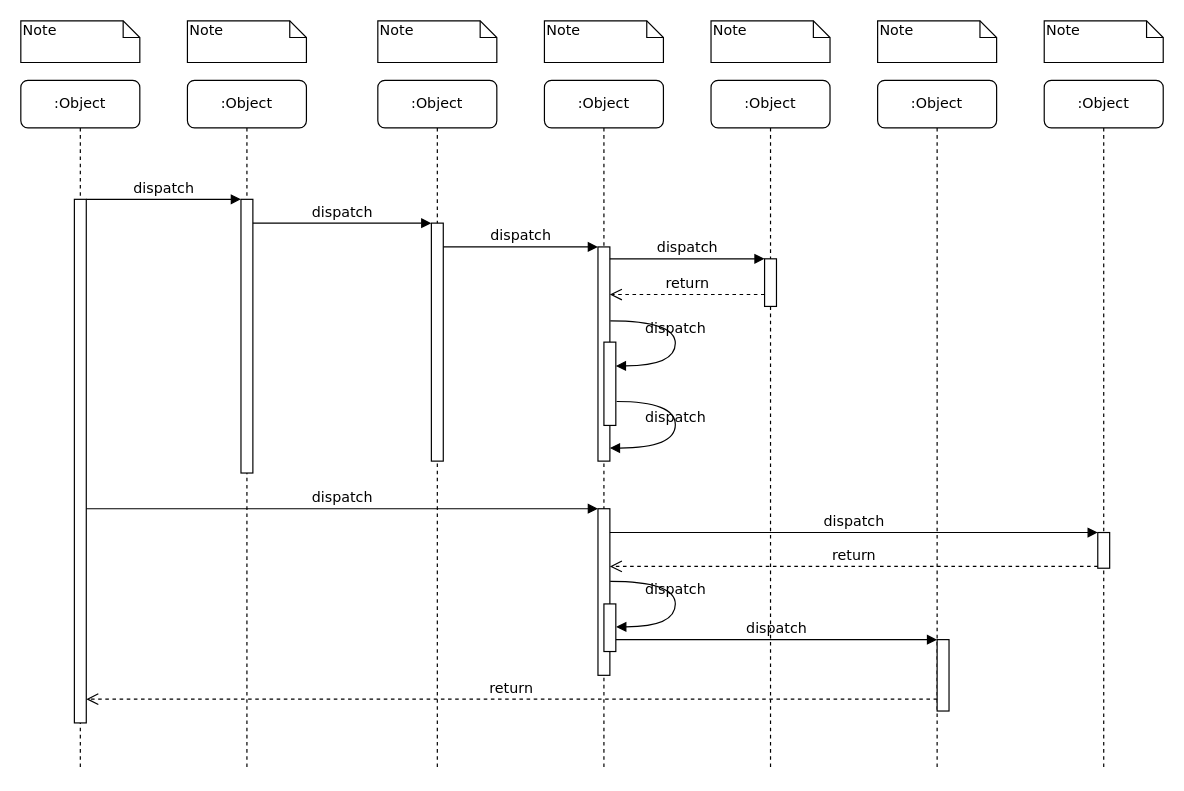
huangPeiLc/drawio keeps this draw.io diagram as 录制信息更新操作.drawio. Above is the earlier version. Source tidied: cells renumbered, new cells numbered last; positions are measured from the earlier drawing's top-left corner, leaving out a move shared by most shapes. Both pictures are drawn from the tidied source at 119%, with x=0, y=0 at pixel (20, 20).
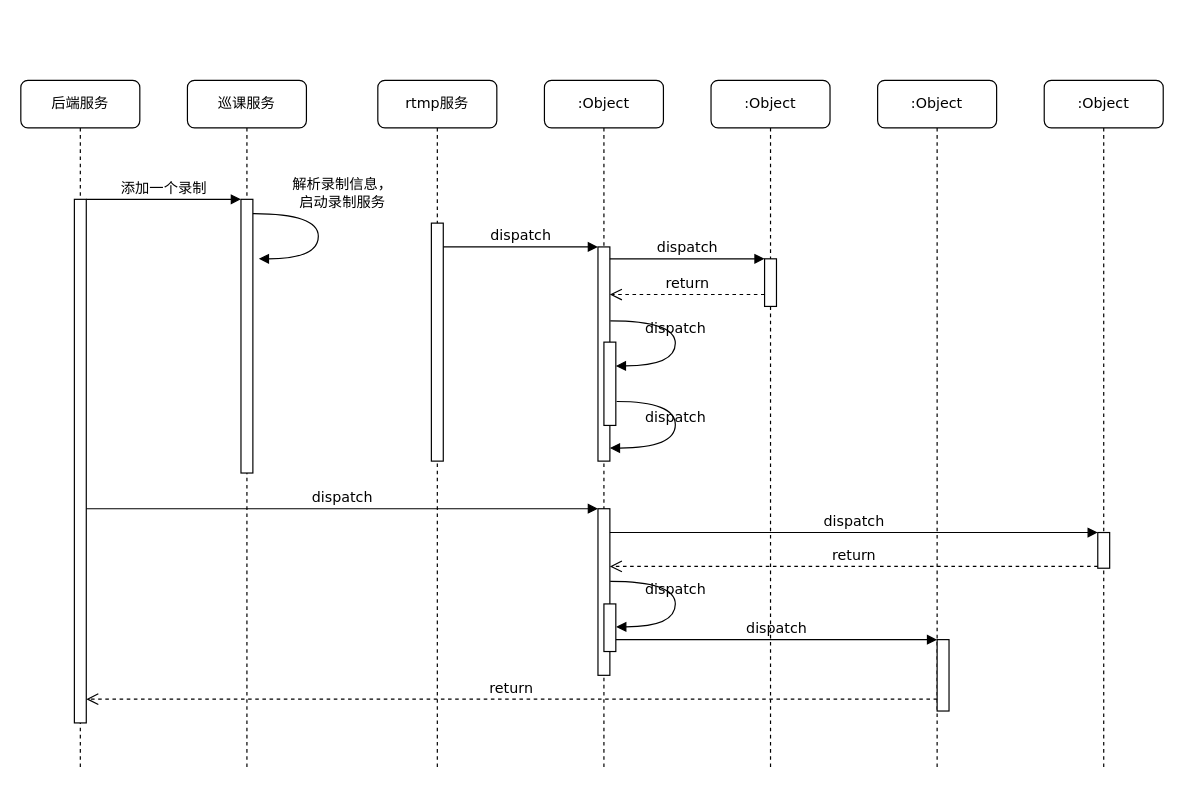
After the change.

Commit message (it also covers changes not shown here):
Update 录制信息更新操作.drawio

Unchanged cells that the change refers to:
```xml
<mxCell id="3" style="html=1;points=[];perimeter=orthogonalPerimeter;rounded=0;shadow=0;comic=0;labelBackgroundColor=none;strokeColor=#000000;strokeWidth=1;fillColor=#FFFFFF;fontFamily=Verdana;fontSize=12;fontColor=#000000;align=center;" parent="2" vertex="1">
  <mxGeometry x="45" y="100" width="10" height="230" as="geometry" />
</mxCell>
<mxCell id="5" style="html=1;points=[];perimeter=orthogonalPerimeter;rounded=0;shadow=0;comic=0;labelBackgroundColor=none;strokeColor=#000000;strokeWidth=1;fillColor=#FFFFFF;fontFamily=Verdana;fontSize=12;fontColor=#000000;align=center;" parent="4" vertex="1">
  <mxGeometry x="45" y="120" width="10" height="200" as="geometry" />
</mxCell>
<mxCell id="11" style="html=1;points=[];perimeter=orthogonalPerimeter;rounded=0;shadow=0;comic=0;labelBackgroundColor=none;strokeColor=#000000;strokeWidth=1;fillColor=#FFFFFF;fontFamily=Verdana;fontSize=12;fontColor=#000000;align=center;" parent="10" vertex="1">
  <mxGeometry x="45" y="100" width="10" height="440" as="geometry" />
</mxCell>
```

Change to the diagram source:
```diff
@@
-    <mxCell id="2" value=":Object" style="shape=umlLifeline;perimeter=lifelinePerimeter;whiteSpace=wrap;html=1;rounded=1;shadow=0;comic=0;labelBackgroundColor=none;strokeColor=#000000;strokeWidth=1;fillColor=#FFFFFF;fontFamily=Verdana;fontSize=12;fontColor=#000000;align=center;" parent="1" vertex="1">
+    <mxCell id="2" value="巡课服务" style="shape=umlLifeline;perimeter=lifelinePerimeter;whiteSpace=wrap;html=1;rounded=1;shadow=0;comic=0;labelBackgroundColor=none;strokeColor=#000000;strokeWidth=1;fillColor=#FFFFFF;fontFamily=Verdana;fontSize=12;fontColor=#000000;align=center;" parent="1" vertex="1">
       <mxGeometry x="140" y="50" width="100" height="580" as="geometry" />
     </mxCell>
@@
-    <mxCell id="4" value=":Object" style="shape=umlLifeline;perimeter=lifelinePerimeter;whiteSpace=wrap;html=1;rounded=1;shadow=0;comic=0;labelBackgroundColor=none;strokeColor=#000000;strokeWidth=1;fillColor=#FFFFFF;fontFamily=Verdana;fontSize=12;fontColor=#000000;align=center;" parent="1" vertex="1">
+    <mxCell id="4" value="rtmp服务" style="shape=umlLifeline;perimeter=lifelinePerimeter;whiteSpace=wrap;html=1;rounded=1;shadow=0;comic=0;labelBackgroundColor=none;strokeColor=#000000;strokeWidth=1;fillColor=#FFFFFF;fontFamily=Verdana;fontSize=12;fontColor=#000000;align=center;" parent="1" vertex="1">
       <mxGeometry x="300" y="50" width="100" height="580" as="geometry" />
     </mxCell>
@@
-    <mxCell id="10" value=":Object" style="shape=umlLifeline;perimeter=lifelinePerimeter;whiteSpace=wrap;html=1;rounded=1;shadow=0;comic=0;labelBackgroundColor=none;strokeColor=#000000;strokeWidth=1;fillColor=#FFFFFF;fontFamily=Verdana;fontSize=12;fontColor=#000000;align=center;" parent="1" vertex="1">
+    <mxCell id="10" value="后端服务" style="shape=umlLifeline;perimeter=lifelinePerimeter;whiteSpace=wrap;html=1;rounded=1;shadow=0;comic=0;labelBackgroundColor=none;strokeColor=#000000;strokeWidth=1;fillColor=#FFFFFF;fontFamily=Verdana;fontSize=12;fontColor=#000000;align=center;" parent="1" vertex="1">
       <mxGeometry y="50" width="100" height="580" as="geometry" />
     </mxCell>
@@
-    <mxCell id="25" value="dispatch" style="html=1;verticalAlign=bottom;endArrow=block;entryX=0;entryY=0;labelBackgroundColor=none;fontFamily=Verdana;fontSize=12;edgeStyle=elbowEdgeStyle;elbow=vertical;" parent="1" edge="1" source="11" target="3">
+    <mxCell id="25" value="添加一个录制" style="html=1;verticalAlign=bottom;endArrow=block;entryX=0;entryY=0;labelBackgroundColor=none;fontFamily=Verdana;fontSize=12;edgeStyle=elbowEdgeStyle;elbow=vertical;" parent="1" edge="1" source="11" target="3">
       <mxGeometry relative="1" as="geometry" />
     </mxCell>
-    <mxCell id="26" value="dispatch" style="html=1;verticalAlign=bottom;endArrow=block;entryX=0;entryY=0;labelBackgroundColor=none;fontFamily=Verdana;fontSize=12;edgeStyle=elbowEdgeStyle;elbow=vertical;" parent="1" edge="1" source="3" target="5">
-      <mxGeometry relative="1" as="geometry" />
-    </mxCell>
@@
-    <mxCell id="32" value="Note" style="shape=note;whiteSpace=wrap;html=1;size=14;verticalAlign=top;align=left;spacingTop=-6;rounded=0;shadow=0;comic=0;labelBackgroundColor=none;strokeColor=#000000;strokeWidth=1;fillColor=#FFFFFF;fontFamily=Verdana;fontSize=12;fontColor=#000000;" parent="1" vertex="1">
-      <mxGeometry width="100" height="35" as="geometry" />
-    </mxCell>
-    <mxCell id="33" value="Note" style="shape=note;whiteSpace=wrap;html=1;size=14;verticalAlign=top;align=left;spacingTop=-6;rounded=0;shadow=0;comic=0;labelBackgroundColor=none;strokeColor=#000000;strokeWidth=1;fillColor=#FFFFFF;fontFamily=Verdana;fontSize=12;fontColor=#000000;" parent="1" vertex="1">
-      <mxGeometry x="140" width="100" height="35" as="geometry" />
-    </mxCell>
-    <mxCell id="34" value="Note" style="shape=note;whiteSpace=wrap;html=1;size=14;verticalAlign=top;align=left;spacingTop=-6;rounded=0;shadow=0;comic=0;labelBackgroundColor=none;strokeColor=#000000;strokeWidth=1;fillColor=#FFFFFF;fontFamily=Verdana;fontSize=12;fontColor=#000000;" parent="1" vertex="1">
-      <mxGeometry x="300" width="100" height="35" as="geometry" />
-    </mxCell>
-    <mxCell id="35" value="Note" style="shape=note;whiteSpace=wrap;html=1;size=14;verticalAlign=top;align=left;spacingTop=-6;rounded=0;shadow=0;comic=0;labelBackgroundColor=none;strokeColor=#000000;strokeWidth=1;fillColor=#FFFFFF;fontFamily=Verdana;fontSize=12;fontColor=#000000;" parent="1" vertex="1">
-      <mxGeometry x="440" width="100" height="35" as="geometry" />
-    </mxCell>
-    <mxCell id="36" value="Note" style="shape=note;whiteSpace=wrap;html=1;size=14;verticalAlign=top;align=left;spacingTop=-6;rounded=0;shadow=0;comic=0;labelBackgroundColor=none;strokeColor=#000000;strokeWidth=1;fillColor=#FFFFFF;fontFamily=Verdana;fontSize=12;fontColor=#000000;" parent="1" vertex="1">
-      <mxGeometry x="580" width="100" height="35" as="geometry" />
-    </mxCell>
-    <mxCell id="37" value="Note" style="shape=note;whiteSpace=wrap;html=1;size=14;verticalAlign=top;align=left;spacingTop=-6;rounded=0;shadow=0;comic=0;labelBackgroundColor=none;strokeColor=#000000;strokeWidth=1;fillColor=#FFFFFF;fontFamily=Verdana;fontSize=12;fontColor=#000000;" parent="1" vertex="1">
-      <mxGeometry x="720" width="100" height="35" as="geometry" />
-    </mxCell>
-    <mxCell id="38" value="Note" style="shape=note;whiteSpace=wrap;html=1;size=14;verticalAlign=top;align=left;spacingTop=-6;rounded=0;shadow=0;comic=0;labelBackgroundColor=none;strokeColor=#000000;strokeWidth=1;fillColor=#FFFFFF;fontFamily=Verdana;fontSize=12;fontColor=#000000;" parent="1" vertex="1">
-      <mxGeometry x="860" width="100" height="35" as="geometry" />
-    </mxCell>
+    <mxCell id="39" value="&lt;div&gt;解析录制信息，&lt;/div&gt;&lt;div&gt;启动录制服务&lt;br&gt;&lt;/div&gt;" style="html=1;verticalAlign=bottom;endArrow=block;labelBackgroundColor=none;fontFamily=Verdana;fontSize=12;elbow=vertical;edgeStyle=orthogonalEdgeStyle;curved=1;entryX=1;entryY=0.286;entryPerimeter=0;exitX=1.038;exitY=0.345;exitPerimeter=0;" parent="1" edge="1">
+      <mxGeometry x="-0.23" y="20" relative="1" as="geometry">
+        <mxPoint x="195" y="162" as="sourcePoint" />
+        <mxPoint x="200" y="200" as="targetPoint" />
+        <Array as="points">
+          <mxPoint x="250" y="162" />
+          <mxPoint x="250" y="200" />
+        </Array>
+      </mxGeometry>
+    </mxCell>
```
